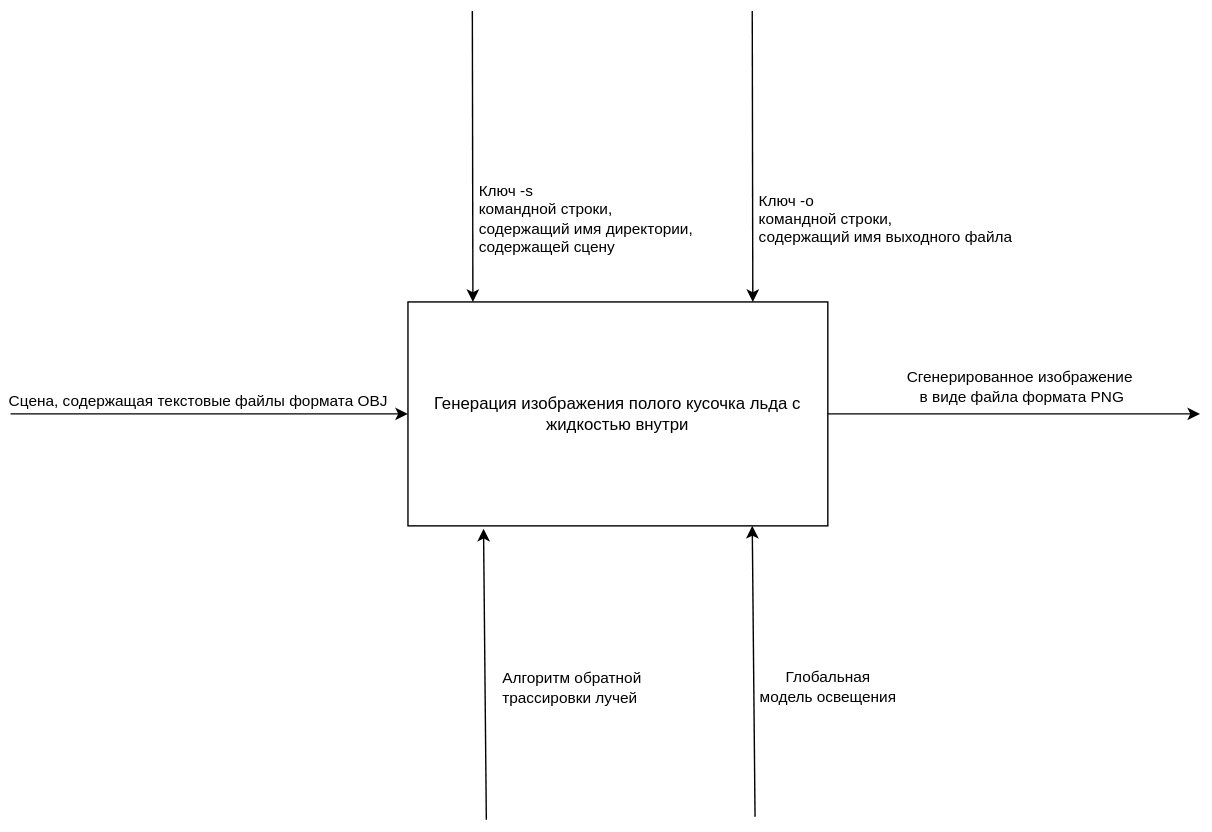
This is docs/include/idef0.svg from Erlendum/BMSTU_CG_CP, a draw.io export, as it was before one commit. Source tidied: cells renumbered, new cells last; positions are measured from the earlier drawing's top-left corner, leaving out a move shared by most shapes. Source of this version:
```xml
<mxGraphModel>
  <root>
    <mxCell id="0" />
    <mxCell id="1" parent="0" />
    <mxCell id="2" value="Генерация изображения полого кусочка льда с жидкостью внутри" style="rounded=0;whiteSpace=wrap;html=1;" parent="1" vertex="1">
      <mxGeometry x="284" y="208" width="300" height="160" as="geometry" />
    </mxCell>
    <mxCell id="3" style="endArrow=classic;html=1;rounded=0;entryX=0;entryY=0.5;entryDx=0;entryDy=0;" parent="1" edge="1" target="2">
      <mxGeometry relative="1" as="geometry">
        <mxPoint y="288" as="sourcePoint" />
      </mxGeometry>
    </mxCell>
    <mxCell id="4" value="&lt;div&gt;Сцена, содержащая текстовые файлы формата OBJ&lt;/div&gt;" style="edgeLabel;html=1;align=center;verticalAlign=middle;" parent="3" vertex="1">
      <mxGeometry x="0.26" y="1" relative="1" as="geometry">
        <mxPoint x="-46" y="-9" as="offset" />
      </mxGeometry>
    </mxCell>
    <mxCell id="5" style="endArrow=classic;html=1;rounded=0;exitX=1;exitY=0.5;exitDx=0;exitDy=0;" parent="1" edge="1" source="2">
      <mxGeometry relative="1" as="geometry">
        <mxPoint x="850" y="288" as="targetPoint" />
      </mxGeometry>
    </mxCell>
    <mxCell id="6" value="&lt;div&gt;Сгенерированное изображение&lt;/div&gt;&lt;div&gt;&amp;nbsp;в виде файла формата PNG&lt;/div&gt;" style="edgeLabel;html=1;align=center;verticalAlign=middle;" parent="5" vertex="1">
      <mxGeometry x="-0.4" y="2" relative="1" as="geometry">
        <mxPoint x="56" y="-18" as="offset" />
      </mxGeometry>
    </mxCell>
    <mxCell id="7" style="endArrow=classic;html=1;rounded=0;entryX=0.18;entryY=1.013;entryDx=0;entryDy=0;entryPerimeter=0;" parent="1" edge="1" target="2">
      <mxGeometry relative="1" as="geometry">
        <mxPoint x="340" y="578" as="sourcePoint" />
      </mxGeometry>
    </mxCell>
    <mxCell id="8" value="&lt;div align=&quot;justify&quot;&gt;Алгоритм обратной&lt;/div&gt;&lt;div align=&quot;justify&quot;&gt;трассировки лучей&lt;/div&gt;" style="edgeLabel;html=1;align=center;verticalAlign=middle;" parent="7" vertex="1">
      <mxGeometry x="-0.07" y="-1" relative="1" as="geometry">
        <mxPoint x="60" y="3" as="offset" />
      </mxGeometry>
    </mxCell>
    <mxCell id="9" style="endArrow=classic;html=1;rounded=0;entryX=0.18;entryY=1.013;entryDx=0;entryDy=0;entryPerimeter=0;" parent="1" edge="1">
      <mxGeometry relative="1" as="geometry">
        <mxPoint x="532" y="575.9" as="sourcePoint" />
        <mxPoint x="530" y="368" as="targetPoint" />
      </mxGeometry>
    </mxCell>
    <mxCell id="10" value="Глобальная&lt;br&gt;модель освещения" style="edgeLabel;html=1;align=center;verticalAlign=middle;" parent="9" vertex="1">
      <mxGeometry x="0.21" y="-1" relative="1" as="geometry">
        <mxPoint x="52" y="33" as="offset" />
      </mxGeometry>
    </mxCell>
    <mxCell id="11" style="endArrow=classic;html=1;rounded=0;entryX=0.188;entryY=0;entryDx=0;entryDy=0;entryPerimeter=0;" parent="1" edge="1">
      <mxGeometry relative="1" as="geometry">
        <mxPoint x="530" y="0.1" as="sourcePoint" />
        <mxPoint x="530.4" y="208" as="targetPoint" />
      </mxGeometry>
    </mxCell>
    <mxCell id="12" value="Ключ -o&lt;br&gt; командной строки,&lt;br&gt;содержащий имя выходного файла" style="edgeLabel;html=1;align=left;verticalAlign=middle;" parent="11" vertex="1">
      <mxGeometry x="0.21" y="-1" relative="1" as="geometry">
        <mxPoint x="4" y="22" as="offset" />
      </mxGeometry>
    </mxCell>
    <mxCell id="13" style="endArrow=classic;html=1;rounded=0;entryX=0.188;entryY=0;entryDx=0;entryDy=0;entryPerimeter=0;" parent="1" edge="1">
      <mxGeometry relative="1" as="geometry">
        <mxPoint x="330" y="0.1" as="sourcePoint" />
        <mxPoint x="330.4" y="208" as="targetPoint" />
      </mxGeometry>
    </mxCell>
    <mxCell id="14" value="&lt;div align=&quot;left&quot;&gt;Ключ -s&lt;br&gt; командной строки,&lt;br&gt;содержащий имя директории,&lt;br&gt;содержащей сцену&lt;/div&gt;" style="edgeLabel;html=1;align=left;verticalAlign=middle;" parent="13" vertex="1">
      <mxGeometry x="0.21" y="-1" relative="1" as="geometry">
        <mxPoint x="4" y="22" as="offset" />
      </mxGeometry>
    </mxCell>
  </root>
</mxGraphModel>
```
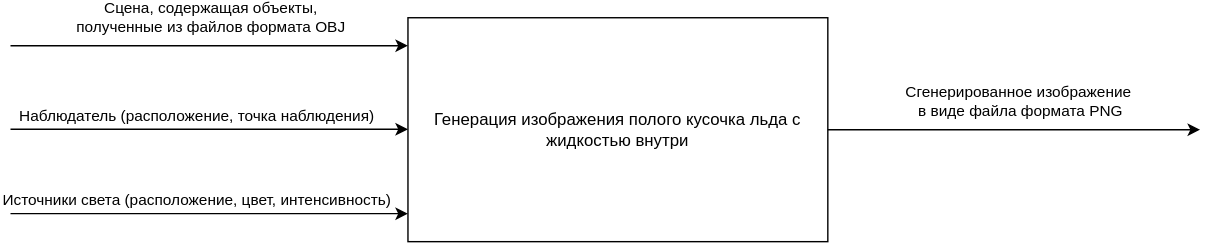
After the change.

Change to the diagram source:
```diff
@@ -5,16 +5,22 @@
     <mxCell id="2" value="Генерация изображения полого кусочка льда с жидкостью внутри" style="rounded=0;whiteSpace=wrap;html=1;" parent="1" vertex="1">
       <mxGeometry x="284" y="208" width="300" height="160" as="geometry" />
     </mxCell>
-    <mxCell id="3" style="endArrow=classic;html=1;rounded=0;entryX=0;entryY=0.5;entryDx=0;entryDy=0;" parent="1" edge="1" target="2">
+    <mxCell id="3" style="endArrow=classic;html=1;rounded=0;entryX=0;entryY=0.5;entryDx=0;entryDy=0;" parent="1" edge="1">
       <mxGeometry relative="1" as="geometry">
-        <mxPoint y="288" as="sourcePoint" />
+        <mxPoint y="228" as="sourcePoint" />
+        <mxPoint x="284" y="228" as="targetPoint" />
       </mxGeometry>
     </mxCell>
-    <mxCell id="4" value="&lt;div&gt;Сцена, содержащая текстовые файлы формата OBJ&lt;/div&gt;" style="edgeLabel;html=1;align=center;verticalAlign=middle;" parent="3" vertex="1">
+    <mxCell id="4" value="&lt;div&gt;Сцена, содержащая объекты,&lt;br&gt; полученные из файлов формата OBJ&lt;br&gt;&lt;/div&gt;" style="edgeLabel;html=1;align=center;verticalAlign=middle;" parent="3" vertex="1">
       <mxGeometry x="0.26" y="1" relative="1" as="geometry">
-        <mxPoint x="-46" y="-9" as="offset" />
+        <mxPoint x="-36" y="-19" as="offset" />
       </mxGeometry>
     </mxCell>
+    <mxCell id="15" value="&lt;div&gt;Сцена, содержащая объекты,&lt;br&gt; полученные из файлов формата OBJ&lt;br&gt;&lt;/div&gt;" style="edgeLabel;html=1;align=center;verticalAlign=middle;" parent="3" vertex="1">
+      <mxGeometry x="0.26" y="1" relative="1" as="geometry">
+        <mxPoint x="-36" y="-19" as="offset" />
+      </mxGeometry>
+    </mxCell>
     <mxCell id="5" style="endArrow=classic;html=1;rounded=0;exitX=1;exitY=0.5;exitDx=0;exitDy=0;" parent="1" edge="1" source="2">
       <mxGeometry relative="1" as="geometry">
         <mxPoint x="850" y="288" as="targetPoint" />
@@ -25,48 +31,27 @@
         <mxPoint x="56" y="-18" as="offset" />
       </mxGeometry>
     </mxCell>
-    <mxCell id="7" style="endArrow=classic;html=1;rounded=0;entryX=0.18;entryY=1.013;entryDx=0;entryDy=0;entryPerimeter=0;" parent="1" edge="1" target="2">
-      <mxGeometry relative="1" as="geometry">
-        <mxPoint x="340" y="578" as="sourcePoint" />
-      </mxGeometry>
-    </mxCell>
-    <mxCell id="8" value="&lt;div align=&quot;justify&quot;&gt;Алгоритм обратной&lt;/div&gt;&lt;div align=&quot;justify&quot;&gt;трассировки лучей&lt;/div&gt;" style="edgeLabel;html=1;align=center;verticalAlign=middle;" parent="7" vertex="1">
-      <mxGeometry x="-0.07" y="-1" relative="1" as="geometry">
-        <mxPoint x="60" y="3" as="offset" />
-      </mxGeometry>
-    </mxCell>
-    <mxCell id="9" style="endArrow=classic;html=1;rounded=0;entryX=0.18;entryY=1.013;entryDx=0;entryDy=0;entryPerimeter=0;" parent="1" edge="1">
-      <mxGeometry relative="1" as="geometry">
-        <mxPoint x="532" y="575.9" as="sourcePoint" />
-        <mxPoint x="530" y="368" as="targetPoint" />
-      </mxGeometry>
-    </mxCell>
-    <mxCell id="10" value="Глобальная&lt;br&gt;модель освещения" style="edgeLabel;html=1;align=center;verticalAlign=middle;" parent="9" vertex="1">
-      <mxGeometry x="0.21" y="-1" relative="1" as="geometry">
-        <mxPoint x="52" y="33" as="offset" />
-      </mxGeometry>
-    </mxCell>
-    <mxCell id="11" style="endArrow=classic;html=1;rounded=0;entryX=0.188;entryY=0;entryDx=0;entryDy=0;entryPerimeter=0;" parent="1" edge="1">
-      <mxGeometry relative="1" as="geometry">
-        <mxPoint x="530" y="0.1" as="sourcePoint" />
-        <mxPoint x="530.4" y="208" as="targetPoint" />
-      </mxGeometry>
-    </mxCell>
-    <mxCell id="12" value="Ключ -o&lt;br&gt; командной строки,&lt;br&gt;содержащий имя выходного файла" style="edgeLabel;html=1;align=left;verticalAlign=middle;" parent="11" vertex="1">
-      <mxGeometry x="0.21" y="-1" relative="1" as="geometry">
-        <mxPoint x="4" y="22" as="offset" />
-      </mxGeometry>
-    </mxCell>
-    <mxCell id="13" style="endArrow=classic;html=1;rounded=0;entryX=0.188;entryY=0;entryDx=0;entryDy=0;entryPerimeter=0;" parent="1" edge="1">
-      <mxGeometry relative="1" as="geometry">
-        <mxPoint x="330" y="0.1" as="sourcePoint" />
-        <mxPoint x="330.4" y="208" as="targetPoint" />
-      </mxGeometry>
-    </mxCell>
-    <mxCell id="14" value="&lt;div align=&quot;left&quot;&gt;Ключ -s&lt;br&gt; командной строки,&lt;br&gt;содержащий имя директории,&lt;br&gt;содержащей сцену&lt;/div&gt;" style="edgeLabel;html=1;align=left;verticalAlign=middle;" parent="13" vertex="1">
-      <mxGeometry x="0.21" y="-1" relative="1" as="geometry">
-        <mxPoint x="4" y="22" as="offset" />
-      </mxGeometry>
-    </mxCell>
+    <mxCell id="16" style="endArrow=classic;html=1;rounded=0;entryX=0;entryY=0.5;entryDx=0;entryDy=0;" parent="1" edge="1">
+      <mxGeometry relative="1" as="geometry">
+        <mxPoint y="348" as="sourcePoint" />
+        <mxPoint x="284" y="348" as="targetPoint" />
+      </mxGeometry>
+    </mxCell>
+    <mxCell id="17" value="Источники света (расположение, цвет, интенсивность)" style="edgeLabel;html=1;align=center;verticalAlign=middle;" parent="16" vertex="1">
+      <mxGeometry x="0.26" y="1" relative="1" as="geometry">
+        <mxPoint x="-46" y="-9" as="offset" />
+      </mxGeometry>
+    </mxCell>
+    <mxCell id="18" style="endArrow=classic;html=1;rounded=0;entryX=0;entryY=0.5;entryDx=0;entryDy=0;" parent="1" edge="1">
+      <mxGeometry relative="1" as="geometry">
+        <mxPoint y="287.7" as="sourcePoint" />
+        <mxPoint x="284" y="287.7" as="targetPoint" />
+      </mxGeometry>
+    </mxCell>
+    <mxCell id="19" value="Наблюдатель (расположение, точка наблюдения) " style="edgeLabel;html=1;align=center;verticalAlign=middle;" parent="18" vertex="1">
+      <mxGeometry x="0.26" y="1" relative="1" as="geometry">
+        <mxPoint x="-46" y="-9" as="offset" />
+      </mxGeometry>
+    </mxCell>
   </root>
 </mxGraphModel>
```
